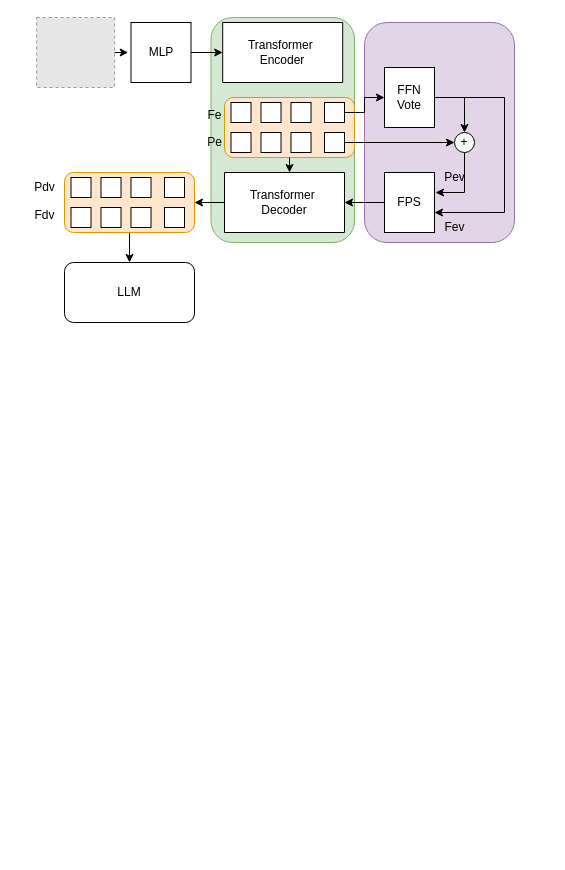
Before: 未命名绘图.drawio in DevXiaoYan/draw-files, a draw.io diagram. Source tidied: cells renumbered, new cells numbered last; positions are measured from the earlier drawing's top-left corner, leaving out a move shared by most shapes. Both pictures are drawn from the tidied source at 100%, with x=0, y=0 at pixel (24, 17). Pictures stored in the file or linked from it are replaced by grey dashed boxes.
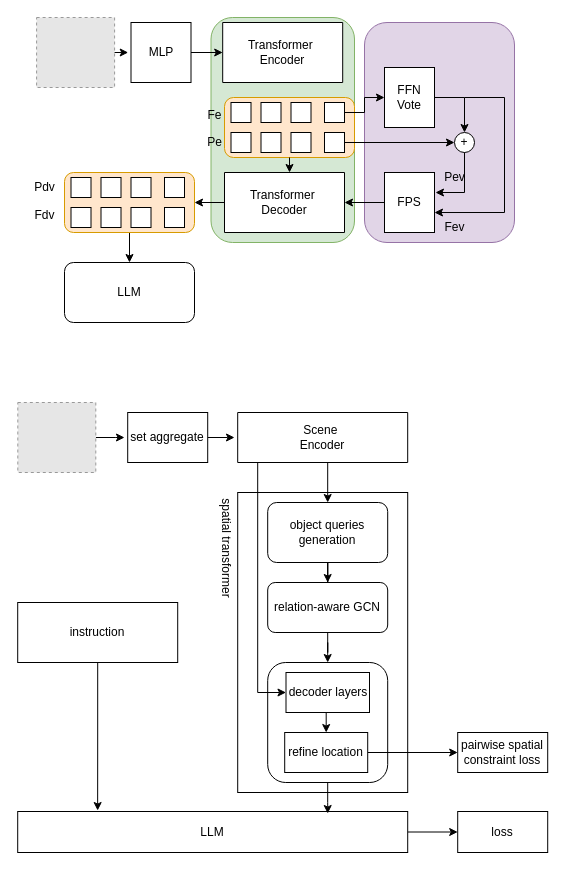
Above is the later version.

Commit message:
更新未命名绘图.drawio

Change to the diagram source:
```diff
@@
+    <mxCell id="49" style="rounded=0;whiteSpace=wrap;html=1;" parent="1" vertex="1">
+      <mxGeometry x="213.2" y="475" width="170" height="300" as="geometry" />
+    </mxCell>
@@
+    <mxCell id="50" style="edgeStyle=orthogonalEdgeStyle;rounded=0;jettySize=auto;html=1;" parent="1" edge="1" source="51">
+      <mxGeometry relative="1" as="geometry">
+        <mxPoint x="100" y="420" as="targetPoint" />
+      </mxGeometry>
+    </mxCell>
+    <mxCell id="51" style="fillColor=#E6E6E6;strokeColor=#999999;dashed=1;verticalLabelPosition=bottom;labelBackgroundColor=default;verticalAlign=top;" parent="1" vertex="1">
+      <mxGeometry x="-6.7" y="385" width="78" height="70" as="geometry" />
+    </mxCell>
+    <mxCell id="52" style="edgeStyle=orthogonalEdgeStyle;rounded=0;jettySize=auto;html=1;" parent="1" edge="1" source="53">
+      <mxGeometry relative="1" as="geometry">
+        <mxPoint x="210" y="420" as="targetPoint" />
+      </mxGeometry>
+    </mxCell>
+    <mxCell id="53" value="set aggregate" style="whiteSpace=wrap;html=1;" parent="1" vertex="1">
+      <mxGeometry x="103.2" y="395" width="80" height="50" as="geometry" />
+    </mxCell>
+    <mxCell id="54" style="edgeStyle=orthogonalEdgeStyle;rounded=0;jettySize=auto;html=1;entryX=0.5;entryY=0;entryDx=0;entryDy=0;" parent="1" edge="1" source="55" target="57">
+      <mxGeometry relative="1" as="geometry">
+        <Array as="points">
+          <mxPoint x="303.2" y="435" />
+          <mxPoint x="303.2" y="435" />
+        </Array>
+      </mxGeometry>
+    </mxCell>
+    <mxCell id="55" value="Scene&amp;nbsp;&lt;div&gt;Encoder&lt;/div&gt;" style="shape=trapezoid;perimeter=trapezoidPerimeter;whiteSpace=wrap;html=1;fixedSize=1;size=0;" parent="1" vertex="1">
+      <mxGeometry x="213.2" y="395" width="170" height="50" as="geometry" />
+    </mxCell>
+    <mxCell id="56" style="edgeStyle=orthogonalEdgeStyle;rounded=0;jettySize=auto;html=1;entryX=0.5;entryY=0;entryDx=0;entryDy=0;" parent="1" edge="1" source="57" target="60">
+      <mxGeometry relative="1" as="geometry" />
+    </mxCell>
+    <mxCell id="57" value="object queries generation" style="rounded=1;whiteSpace=wrap;html=1;" parent="1" vertex="1">
+      <mxGeometry x="243.2" y="485" width="120" height="60" as="geometry" />
+    </mxCell>
+    <mxCell id="58" style="rounded=1;whiteSpace=wrap;html=1;" parent="1" vertex="1">
+      <mxGeometry x="243.2" y="645" width="120" height="120" as="geometry" />
+    </mxCell>
+    <mxCell id="59" style="edgeStyle=orthogonalEdgeStyle;rounded=0;jettySize=auto;html=1;entryX=0.5;entryY=0;entryDx=0;entryDy=0;" parent="1" edge="1" source="60" target="58">
+      <mxGeometry relative="1" as="geometry" />
+    </mxCell>
+    <mxCell id="60" value="relation-aware GCN" style="rounded=1;whiteSpace=wrap;html=1;" parent="1" vertex="1">
+      <mxGeometry x="243.2" y="565" width="120" height="50" as="geometry" />
+    </mxCell>
+    <mxCell id="61" value="spatial transformer" style="text;html=1;align=center;verticalAlign=middle;strokeColor=none;fillColor=none;rotation=90;" parent="1" vertex="1">
+      <mxGeometry x="141.5" y="515" width="120" height="30" as="geometry" />
+    </mxCell>
+    <mxCell id="62" style="edgeStyle=orthogonalEdgeStyle;rounded=0;jettySize=auto;html=1;exitX=0.5;exitY=1;exitDx=0;exitDy=0;entryX=0.5;entryY=0;entryDx=0;entryDy=0;" parent="1" edge="1" source="63" target="65">
+      <mxGeometry relative="1" as="geometry" />
+    </mxCell>
+    <mxCell id="63" value="decoder layers" style="rounded=0;whiteSpace=wrap;html=1;" parent="1" vertex="1">
+      <mxGeometry x="261.5" y="655" width="83.5" height="40" as="geometry" />
+    </mxCell>
+    <mxCell id="64" style="edgeStyle=orthogonalEdgeStyle;rounded=0;jettySize=auto;html=1;exitX=1;exitY=0.5;exitDx=0;exitDy=0;" parent="1" edge="1" source="65" target="67">
+      <mxGeometry relative="1" as="geometry" />
+    </mxCell>
+    <mxCell id="65" value="refine location" style="rounded=0;whiteSpace=wrap;html=1;" parent="1" vertex="1">
+      <mxGeometry x="260.2" y="715" width="83" height="40" as="geometry" />
+    </mxCell>
+    <mxCell id="66" style="edgeStyle=orthogonalEdgeStyle;rounded=0;jettySize=auto;html=1;entryX=0;entryY=0.5;entryDx=0;entryDy=0;" parent="1" edge="1" source="55" target="63">
+      <mxGeometry relative="1" as="geometry">
+        <Array as="points">
+          <mxPoint x="233.2" y="675" />
+        </Array>
+      </mxGeometry>
+    </mxCell>
+    <mxCell id="67" value="pairwise spatial constraint loss" style="rounded=0;whiteSpace=wrap;html=1;" parent="1" vertex="1">
+      <mxGeometry x="433.2" y="715" width="90" height="40" as="geometry" />
+    </mxCell>
+    <mxCell id="68" style="edgeStyle=orthogonalEdgeStyle;rounded=0;jettySize=auto;html=1;exitX=1;exitY=0.5;exitDx=0;exitDy=0;entryX=0;entryY=0.5;entryDx=0;entryDy=0;" parent="1" edge="1" source="69" target="70">
+      <mxGeometry relative="1" as="geometry" />
+    </mxCell>
+    <mxCell id="69" value="LLM" style="rounded=0;whiteSpace=wrap;html=1;" parent="1" vertex="1">
+      <mxGeometry x="-6.8" y="794" width="390" height="41" as="geometry" />
+    </mxCell>
+    <mxCell id="70" value="loss" style="rounded=0;whiteSpace=wrap;html=1;" parent="1" vertex="1">
+      <mxGeometry x="433.2" y="794" width="90" height="41" as="geometry" />
+    </mxCell>
+    <mxCell id="71" value="instruction" style="rounded=0;whiteSpace=wrap;html=1;" parent="1" vertex="1">
+      <mxGeometry x="-6.8" y="585" width="160" height="60" as="geometry" />
+    </mxCell>
+    <mxCell id="72" style="edgeStyle=orthogonalEdgeStyle;rounded=0;jettySize=auto;html=1;entryX=0.205;entryY=-0.024;entryDx=0;entryDy=0;entryPerimeter=0;" parent="1" edge="1" source="71" target="69">
+      <mxGeometry relative="1" as="geometry" />
+    </mxCell>
+    <mxCell id="73" style="edgeStyle=orthogonalEdgeStyle;rounded=0;jettySize=auto;html=1;entryX=0.795;entryY=0.049;entryDx=0;entryDy=0;entryPerimeter=0;" parent="1" edge="1" source="58" target="69">
+      <mxGeometry relative="1" as="geometry" />
+    </mxCell>
```
